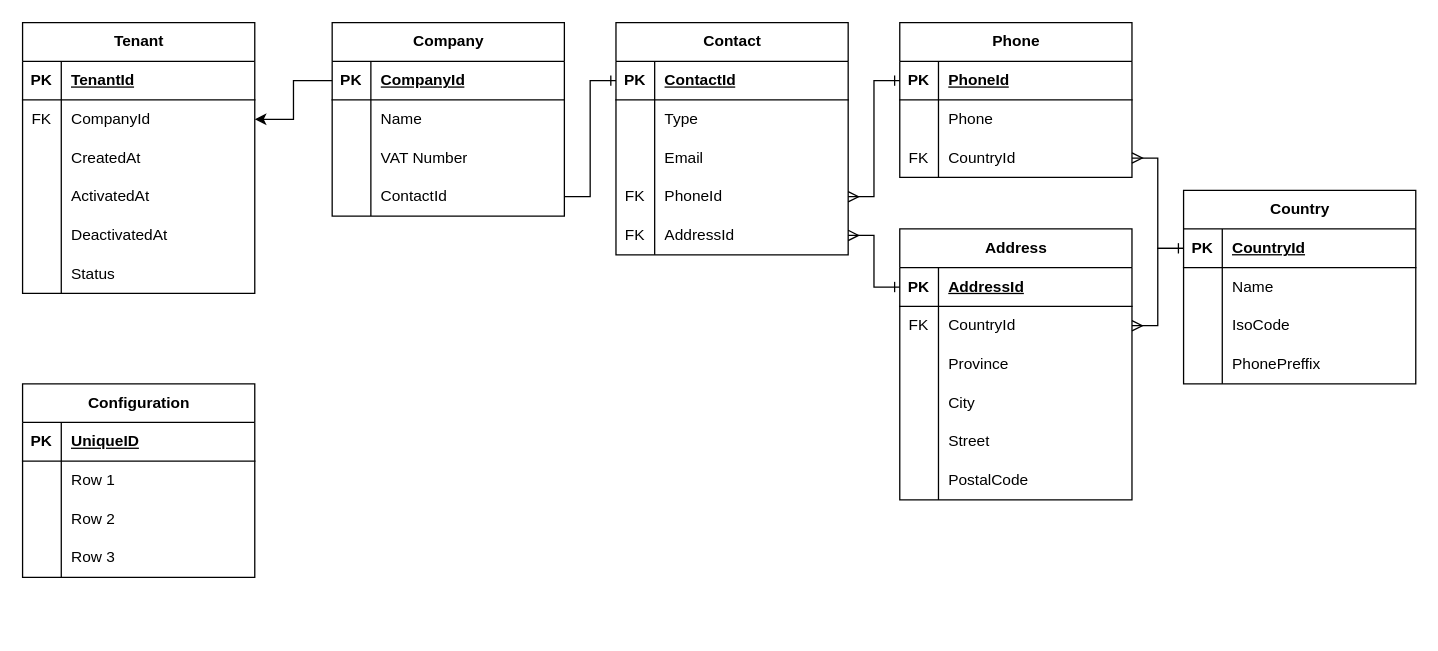
This is docs/Callio.drawio from RenarsS/Callio, a draw.io file, before an edit. Source tidied: cells renumbered, new cells numbered last; positions are measured from the earlier drawing's top-left corner, leaving out a move shared by most shapes. Both pictures are drawn from the tidied source at 129%, with x=0, y=0 at pixel (22, 22).
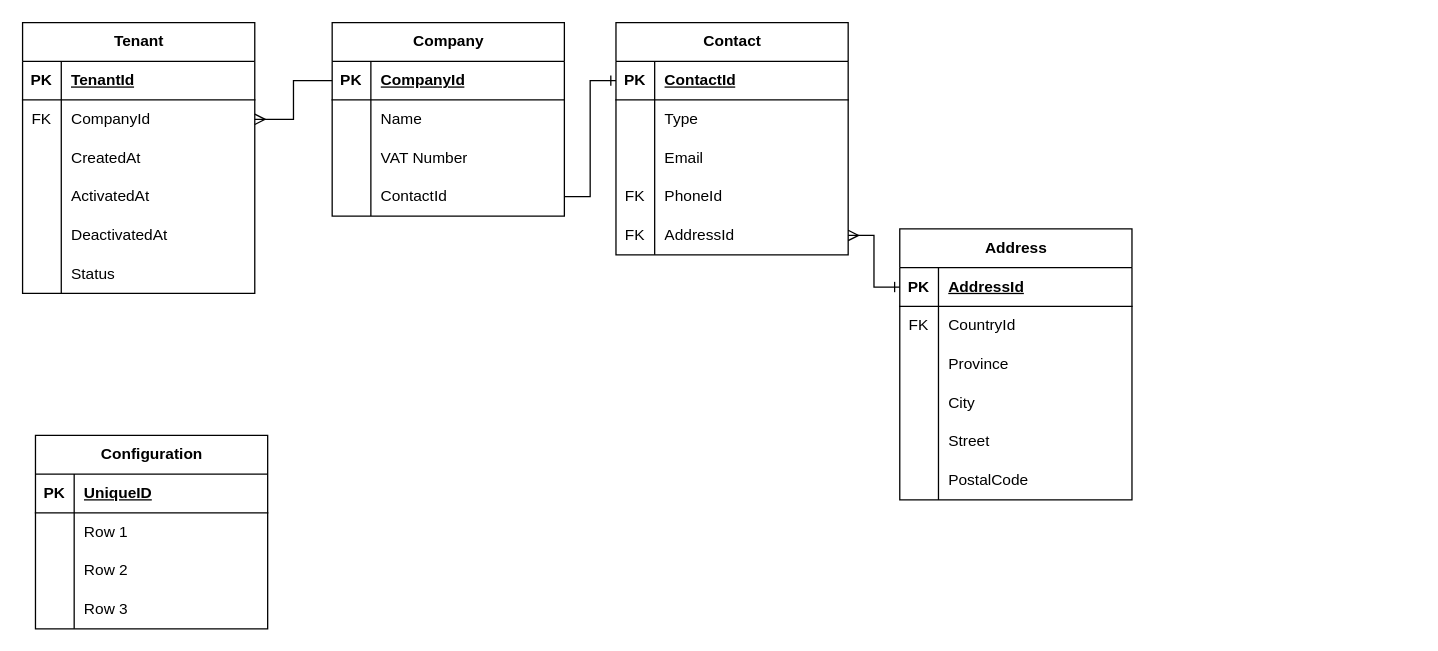
Above is the later version.

Unchanged cells that the change refers to:
```xml
<mxCell id="6" style="shape=tableRow;horizontal=0;startSize=0;swimlaneHead=0;swimlaneBody=0;fillColor=none;points=[[0,0.5],[1,0.5]];portConstraint=eastwest;top=0;left=0;right=0;bottom=0;" parent="2" vertex="1">
  <mxGeometry y="60" width="180" height="30" as="geometry" />
</mxCell>
<mxCell id="22" style="shape=tableRow;horizontal=0;startSize=0;swimlaneHead=0;swimlaneBody=0;fillColor=none;points=[[0,0.5],[1,0.5]];portConstraint=eastwest;top=0;left=0;right=0;bottom=1;" parent="21" vertex="1">
  <mxGeometry y="30" width="180" height="30" as="geometry" />
</mxCell>
<mxCell id="44" style="shape=tableRow;horizontal=0;startSize=0;swimlaneHead=0;swimlaneBody=0;fillColor=none;points=[[0,0.5],[1,0.5]];portConstraint=eastwest;top=0;left=0;right=0;bottom=0;" parent="34" vertex="1">
  <mxGeometry y="120" width="180" height="30" as="geometry" />
</mxCell>
<mxCell id="64" style="shape=tableRow;horizontal=0;startSize=0;swimlaneHead=0;swimlaneBody=0;fillColor=none;points=[[0,0.5],[1,0.5]];portConstraint=eastwest;top=0;left=0;right=0;bottom=0;" parent="60" vertex="1">
  <mxGeometry y="60" width="180" height="30" as="geometry" />
</mxCell>
```

Diff of the diagram source:
```diff
@@
-    <mxCell id="50" value="Phone" style="shape=table;startSize=30;childLayout=tableLayout;rowLines=0;fontStyle=1;align=center;html=1;" parent="1" vertex="1">
-      <mxGeometry x="680" width="180" height="120" as="geometry" />
-    </mxCell>
-    <mxCell id="51" style="shape=tableRow;horizontal=0;startSize=0;swimlaneHead=0;swimlaneBody=0;fillColor=none;points=[[0,0.5],[1,0.5]];portConstraint=eastwest;top=0;left=0;right=0;bottom=1;" parent="50" vertex="1">
-      <mxGeometry y="30" width="180" height="30" as="geometry" />
-    </mxCell>
-    <mxCell id="52" value="PK" style="shape=partialRectangle;fillColor=none;top=0;left=0;bottom=0;right=0;fontStyle=1;overflow=hidden;whiteSpace=wrap;html=1;" parent="51" vertex="1">
-      <mxGeometry width="30" height="30" as="geometry" />
-    </mxCell>
-    <mxCell id="53" value="PhoneId" style="shape=partialRectangle;fillColor=none;top=0;left=0;bottom=0;right=0;align=left;spacingLeft=6;fontStyle=5;overflow=hidden;whiteSpace=wrap;html=1;" parent="51" vertex="1">
-      <mxGeometry x="30" width="150" height="30" as="geometry" />
-    </mxCell>
-    <mxCell id="54" style="shape=tableRow;horizontal=0;startSize=0;swimlaneHead=0;swimlaneBody=0;fillColor=none;top=0;left=0;right=0;bottom=0;" parent="50" vertex="1">
-      <mxGeometry y="60" width="180" height="30" as="geometry" />
-    </mxCell>
-    <mxCell id="55" style="shape=partialRectangle;fillColor=none;top=0;left=0;bottom=0;right=0;overflow=hidden;whiteSpace=wrap;html=1;" parent="54" vertex="1">
-      <mxGeometry width="30" height="30" as="geometry" />
-    </mxCell>
-    <mxCell id="56" value="Phone" style="shape=partialRectangle;fillColor=none;top=0;left=0;bottom=0;right=0;align=left;spacingLeft=6;overflow=hidden;whiteSpace=wrap;html=1;" parent="54" vertex="1">
-      <mxGeometry x="30" width="150" height="30" as="geometry" />
-    </mxCell>
-    <mxCell id="57" style="shape=tableRow;horizontal=0;startSize=0;swimlaneHead=0;swimlaneBody=0;fillColor=none;points=[[0,0.5],[1,0.5]];portConstraint=eastwest;top=0;left=0;right=0;bottom=0;" parent="50" vertex="1">
-      <mxGeometry y="90" width="180" height="30" as="geometry" />
-    </mxCell>
-    <mxCell id="58" value="FK" style="shape=partialRectangle;fillColor=none;top=0;left=0;bottom=0;right=0;overflow=hidden;whiteSpace=wrap;html=1;" parent="57" vertex="1">
-      <mxGeometry width="30" height="30" as="geometry" />
-    </mxCell>
-    <mxCell id="59" value="CountryId" style="shape=partialRectangle;fillColor=none;top=0;left=0;bottom=0;right=0;align=left;spacingLeft=6;overflow=hidden;whiteSpace=wrap;html=1;" parent="57" vertex="1">
-      <mxGeometry x="30" width="150" height="30" as="geometry" />
-    </mxCell>
@@
-    <mxCell id="79" value="Country" style="shape=table;startSize=30;childLayout=tableLayout;rowLines=0;fontStyle=1;align=center;html=1;" parent="1" vertex="1">
-      <mxGeometry x="900" y="130" width="180" height="150" as="geometry" />
-    </mxCell>
-    <mxCell id="80" style="shape=tableRow;horizontal=0;startSize=0;swimlaneHead=0;swimlaneBody=0;fillColor=none;points=[[0,0.5],[1,0.5]];portConstraint=eastwest;top=0;left=0;right=0;bottom=1;" parent="79" vertex="1">
-      <mxGeometry y="30" width="180" height="30" as="geometry" />
-    </mxCell>
-    <mxCell id="81" value="PK" style="shape=partialRectangle;fillColor=none;top=0;left=0;bottom=0;right=0;fontStyle=1;overflow=hidden;whiteSpace=wrap;html=1;" parent="80" vertex="1">
-      <mxGeometry width="30" height="30" as="geometry" />
-    </mxCell>
-    <mxCell id="82" value="CountryId" style="shape=partialRectangle;fillColor=none;top=0;left=0;bottom=0;right=0;align=left;spacingLeft=6;fontStyle=5;overflow=hidden;whiteSpace=wrap;html=1;" parent="80" vertex="1">
-      <mxGeometry x="30" width="150" height="30" as="geometry" />
-    </mxCell>
-    <mxCell id="83" style="shape=tableRow;horizontal=0;startSize=0;swimlaneHead=0;swimlaneBody=0;fillColor=none;top=0;left=0;right=0;bottom=0;" parent="79" vertex="1">
-      <mxGeometry y="60" width="180" height="30" as="geometry" />
-    </mxCell>
-    <mxCell id="84" style="shape=partialRectangle;fillColor=none;top=0;left=0;bottom=0;right=0;overflow=hidden;whiteSpace=wrap;html=1;" parent="83" vertex="1">
-      <mxGeometry width="30" height="30" as="geometry" />
-    </mxCell>
-    <mxCell id="85" value="Name" style="shape=partialRectangle;fillColor=none;top=0;left=0;bottom=0;right=0;align=left;spacingLeft=6;overflow=hidden;whiteSpace=wrap;html=1;" parent="83" vertex="1">
-      <mxGeometry x="30" width="150" height="30" as="geometry" />
-    </mxCell>
-    <mxCell id="86" style="shape=tableRow;horizontal=0;startSize=0;swimlaneHead=0;swimlaneBody=0;fillColor=none;top=0;left=0;right=0;bottom=0;" parent="79" vertex="1">
-      <mxGeometry y="90" width="180" height="30" as="geometry" />
-    </mxCell>
-    <mxCell id="87" style="shape=partialRectangle;fillColor=none;top=0;left=0;bottom=0;right=0;overflow=hidden;whiteSpace=wrap;html=1;" parent="86" vertex="1">
-      <mxGeometry width="30" height="30" as="geometry" />
-    </mxCell>
-    <mxCell id="88" value="IsoCode" style="shape=partialRectangle;fillColor=none;top=0;left=0;bottom=0;right=0;align=left;spacingLeft=6;overflow=hidden;whiteSpace=wrap;html=1;" parent="86" vertex="1">
-      <mxGeometry x="30" width="150" height="30" as="geometry" />
-    </mxCell>
-    <mxCell id="89" style="shape=tableRow;horizontal=0;startSize=0;swimlaneHead=0;swimlaneBody=0;fillColor=none;top=0;left=0;right=0;bottom=0;" parent="79" vertex="1">
-      <mxGeometry y="120" width="180" height="30" as="geometry" />
-    </mxCell>
-    <mxCell id="90" style="shape=partialRectangle;fillColor=none;top=0;left=0;bottom=0;right=0;overflow=hidden;whiteSpace=wrap;html=1;" parent="89" vertex="1">
-      <mxGeometry width="30" height="30" as="geometry" />
-    </mxCell>
-    <mxCell id="91" value="PhonePreffix" style="shape=partialRectangle;fillColor=none;top=0;left=0;bottom=0;right=0;align=left;spacingLeft=6;overflow=hidden;whiteSpace=wrap;html=1;" parent="89" vertex="1">
-      <mxGeometry x="30" width="150" height="30" as="geometry" />
-    </mxCell>
-    <mxCell id="92" style="edgeStyle=orthogonalEdgeStyle;rounded=0;jettySize=auto;html=1;exitX=0;exitY=0.5;exitDx=0;exitDy=0;" parent="1" edge="1" source="22" target="6">
+    <mxCell id="92" style="edgeStyle=orthogonalEdgeStyle;rounded=0;jettySize=auto;html=1;exitX=0;exitY=0.5;exitDx=0;exitDy=0;endArrow=ERmany;endFill=0;" parent="1" edge="1" source="22" target="6">
       <mxGeometry relative="1" as="geometry" />
     </mxCell>
@@
-    <mxCell id="94" style="edgeStyle=orthogonalEdgeStyle;rounded=0;jettySize=auto;html=1;exitX=0;exitY=0.5;exitDx=0;exitDy=0;endArrow=ERmany;endFill=0;startArrow=ERone;startFill=0;" parent="1" edge="1" source="51" target="44">
-      <mxGeometry relative="1" as="geometry" />
-    </mxCell>
@@
-    <mxCell id="96" style="edgeStyle=orthogonalEdgeStyle;rounded=0;jettySize=auto;html=1;exitX=0;exitY=0.5;exitDx=0;exitDy=0;entryX=1;entryY=0.5;entryDx=0;entryDy=0;endArrow=ERmany;endFill=0;" parent="1" edge="1" source="80" target="57">
-      <mxGeometry relative="1" as="geometry" />
-    </mxCell>
-    <mxCell id="97" style="edgeStyle=orthogonalEdgeStyle;rounded=0;jettySize=auto;html=1;exitX=0;exitY=0.5;exitDx=0;exitDy=0;entryX=1;entryY=0.5;entryDx=0;entryDy=0;endArrow=ERmany;endFill=0;startArrow=ERone;startFill=0;" parent="1" edge="1" source="80" target="64">
-      <mxGeometry relative="1" as="geometry" />
-    </mxCell>
     <mxCell id="98" value="Configuration" style="shape=table;startSize=30;childLayout=tableLayout;rowLines=0;fontStyle=1;align=center;html=1;" parent="1" vertex="1">
-      <mxGeometry y="280" width="180" height="150" as="geometry" />
+      <mxGeometry x="10" y="320" width="180" height="150" as="geometry" />
     </mxCell>
```
